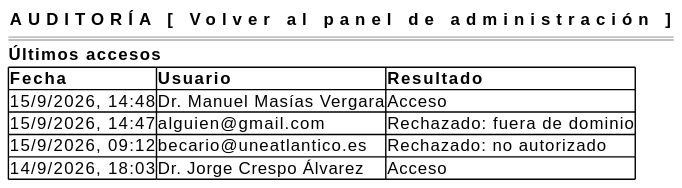
Above: images/RUP/01-requisitos/03-detalle-casos-uso/consultarRegistroAccesos/wireframe.svg in mmasias/pyCeldaPublico (PlantUML), before the change.
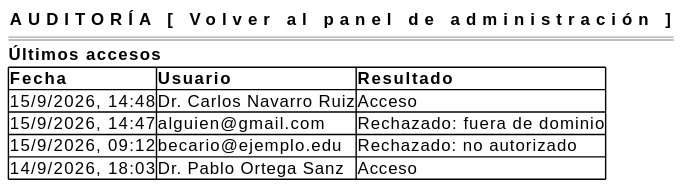
Above is the later version.

What changed in the source:
```diff
@@ -5,10 +5,10 @@
     <b>Últimos accesos
     {#
         <b>Fecha | <b>Usuario | <b>Resultado
-        15/9/2026, 14:48 | Dr. Manuel Masías Vergara | Acceso
+        15/9/2026, 14:48 | Dr. Carlos Navarro Ruiz | Acceso
         15/9/2026, 14:47 | alguien@gmail.com | Rechazado: fuera de dominio
-        15/9/2026, 09:12 | becario@uneatlantico.es | Rechazado: no autorizado
-        14/9/2026, 18:03 | Dr. Jorge Crespo Álvarez | Acceso
+        15/9/2026, 09:12 | becario@ejemplo.edu | Rechazado: no autorizado
+        14/9/2026, 18:03 | Dr. Pablo Ortega Sanz | Acceso
     }
 }
 @endsalt
```
